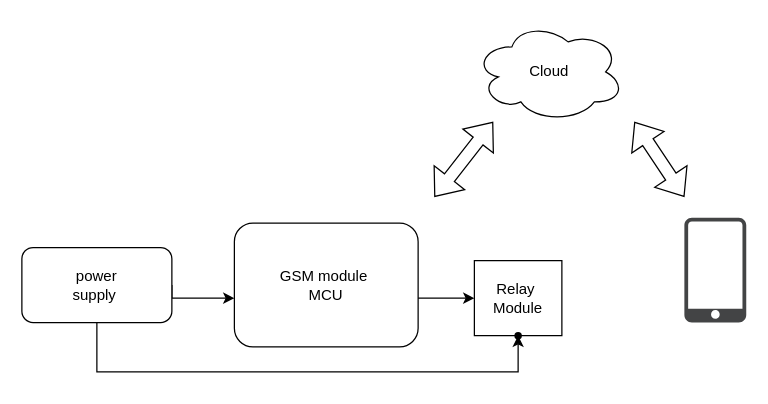
Dileepkv/Battery-Powerd-Remote-Monitoring-System keeps this draw.io diagram as Untitled Diagram.drawio. Above is the earlier version. Source tidied: cells renumbered, new cells numbered last; positions are measured from the earlier drawing's top-left corner, leaving out a move shared by most shapes. Both pictures are drawn from the tidied source at 125%, with x=0, y=0 at pixel (21, 21).
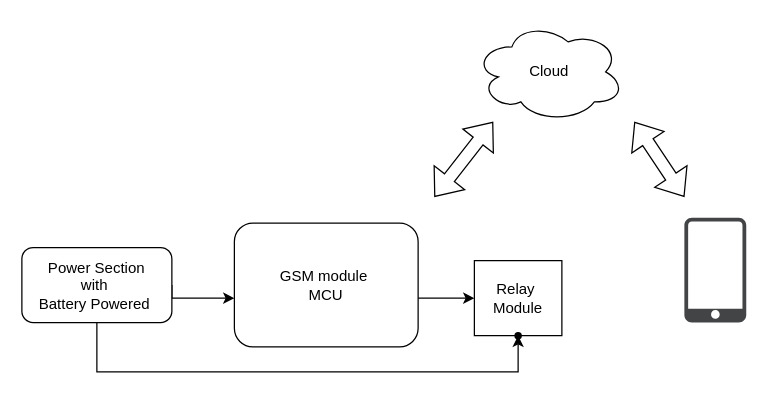
The same page after the edit.

The edit, as a diff of the source:
```diff
@@
 <mxGraphModel>
   <root>
     <mxCell id="0" />
     <mxCell id="1" parent="0" />
     <mxCell id="2" value="GSM module&amp;nbsp;&lt;br&gt;MCU" style="rounded=1;whiteSpace=wrap;html=1;" parent="1" vertex="1">
       <mxGeometry x="170" y="161" width="147" height="99" as="geometry" />
     </mxCell>
     <mxCell id="3" value="Relay&amp;nbsp;&lt;br&gt;Module" style="rounded=0;whiteSpace=wrap;html=1;" parent="1" vertex="1">
       <mxGeometry x="362" y="191" width="70" height="60" as="geometry" />
     </mxCell>
     <mxCell id="4" style="endArrow=classic;html=1;rounded=0;" parent="1" edge="1" target="3">
       <mxGeometry relative="1" as="geometry">
         <mxPoint x="317" y="221" as="sourcePoint" />
       </mxGeometry>
     </mxCell>
     <mxCell id="5" style="edgeStyle=orthogonalEdgeStyle;rounded=0;jettySize=auto;html=1;exitX=1;exitY=0.5;exitDx=0;exitDy=0;" parent="1" edge="1" source="7" target="2">
       <mxGeometry relative="1" as="geometry">
         <Array as="points">
           <mxPoint x="137" y="221" />
           <mxPoint x="137" y="221" />
         </Array>
       </mxGeometry>
     </mxCell>
     <mxCell id="6" style="edgeStyle=orthogonalEdgeStyle;rounded=0;jettySize=auto;html=1;exitX=0.5;exitY=1;exitDx=0;exitDy=0;" parent="1" edge="1" source="7" target="8">
       <mxGeometry relative="1" as="geometry">
         <Array as="points">
           <mxPoint x="60" y="280" />
           <mxPoint x="397" y="280" />
         </Array>
       </mxGeometry>
     </mxCell>
-    <mxCell id="7" value="power &lt;br&gt;supply&amp;nbsp;" style="rounded=1;whiteSpace=wrap;html=1;" parent="1" vertex="1">
+    <mxCell id="7" value="Power Section&lt;br&gt;with&amp;nbsp;&lt;br&gt;Battery Powered&amp;nbsp;" style="rounded=1;whiteSpace=wrap;html=1;" parent="1" vertex="1">
       <mxGeometry y="180.5" width="120" height="60" as="geometry" />
     </mxCell>
     <mxCell id="8" style="shape=waypoint;sketch=0;size=6;points=[];fillColor=default;perimeter=centerPerimeter;snapToPoint=1;rounded=1;" parent="1" vertex="1">
       <mxGeometry x="377" y="231" width="40" height="40" as="geometry" />
     </mxCell>
     <mxCell id="9" value="Cloud" style="ellipse;shape=cloud;whiteSpace=wrap;html=1;" parent="1" vertex="1">
       <mxGeometry x="362" width="120" height="80" as="geometry" />
     </mxCell>
     <mxCell id="10" style="shape=flexArrow;endArrow=classic;startArrow=classic;html=1;rounded=0;" parent="1" edge="1">
       <mxGeometry relative="1" as="geometry">
         <mxPoint x="330" y="140" as="sourcePoint" />
         <mxPoint x="377" y="80" as="targetPoint" />
       </mxGeometry>
     </mxCell>
     <mxCell id="11" style="sketch=0;shadow=0;dashed=0;html=1;strokeColor=none;fillColor=#434445;labelPosition=center;verticalLabelPosition=bottom;verticalAlign=top;align=center;shape=mxgraph.vvd.phone;" parent="1" vertex="1">
       <mxGeometry x="530" y="156.6" width="49.5" height="83.9" as="geometry" />
     </mxCell>
     <mxCell id="12" style="shape=flexArrow;endArrow=classic;startArrow=classic;html=1;rounded=0;" parent="1" edge="1">
       <mxGeometry relative="1" as="geometry">
         <mxPoint x="490" y="80" as="sourcePoint" />
         <mxPoint x="530" y="140" as="targetPoint" />
       </mxGeometry>
     </mxCell>
   </root>
 </mxGraphModel>
```
